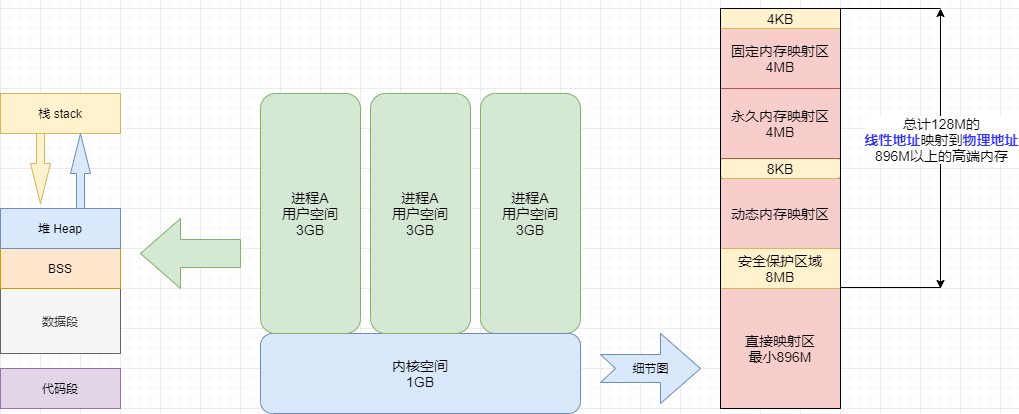
lemonchann/lemonchann.github.io keeps this draw.io diagram as _posts/linux/linux工具系列/02/内核空间用户空间全图.png. Above is the earlier version. Source tidied: cells renumbered, new cells last; positions are measured from the earlier drawing's top-left corner, leaving out a move shared by most shapes.
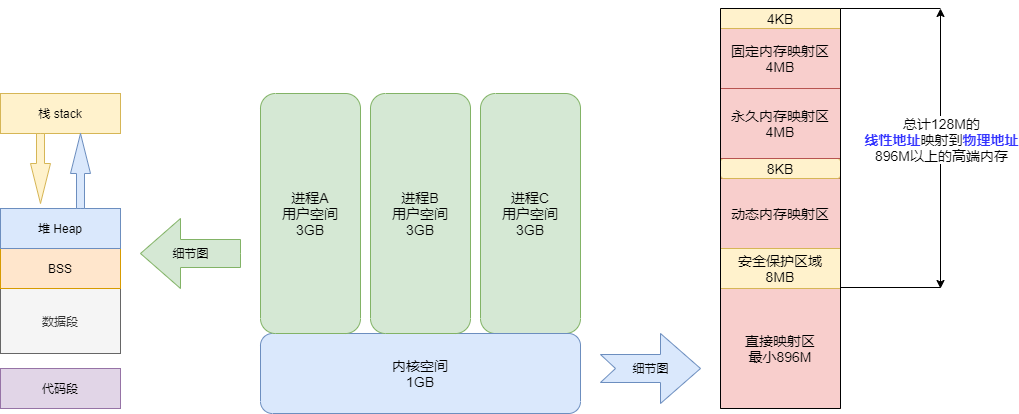
The same file after the commit.

The edit, as a diff of the source:
```diff
@@ -2,7 +2,7 @@
   <root>
     <mxCell id="0" />
     <mxCell id="1" parent="0" />
-    <mxCell id="2" value="&lt;font style=&quot;font-size: 14px&quot;&gt;进程A&lt;br&gt;用户空间&lt;br&gt;3GB&lt;br&gt;&lt;/font&gt;" style="rounded=1;whiteSpace=wrap;html=1;direction=south;fillColor=#d5e8d4;strokeColor=#82b366;" parent="1" vertex="1">
+    <mxCell id="2" value="&lt;font style=&quot;font-size: 14px&quot;&gt;进程C&lt;br&gt;用户空间&lt;br&gt;3GB&lt;br&gt;&lt;/font&gt;" style="rounded=1;whiteSpace=wrap;html=1;direction=south;fillColor=#d5e8d4;strokeColor=#82b366;" parent="1" vertex="1">
       <mxGeometry x="480" y="85" width="100" height="240" as="geometry" />
     </mxCell>
     <mxCell id="3" value="&lt;font style=&quot;font-size: 14px&quot;&gt;内核空间&lt;br&gt;1GB&lt;br&gt;&lt;/font&gt;" style="rounded=1;whiteSpace=wrap;html=1;direction=south;fillColor=#dae8fc;strokeColor=#6c8ebf;" parent="1" vertex="1">
@@ -61,7 +61,7 @@
         <mxPoint x="940" as="targetPoint" />
       </mxGeometry>
     </mxCell>
-    <mxCell id="18" value="&lt;font style=&quot;font-size: 14px&quot;&gt;进程A&lt;br&gt;用户空间&lt;br&gt;3GB&lt;br&gt;&lt;/font&gt;" style="rounded=1;whiteSpace=wrap;html=1;direction=south;fillColor=#d5e8d4;strokeColor=#82b366;" parent="1" vertex="1">
+    <mxCell id="18" value="&lt;font style=&quot;font-size: 14px&quot;&gt;进程B&lt;br&gt;用户空间&lt;br&gt;3GB&lt;br&gt;&lt;/font&gt;" style="rounded=1;whiteSpace=wrap;html=1;direction=south;fillColor=#d5e8d4;strokeColor=#82b366;" parent="1" vertex="1">
       <mxGeometry x="370" y="85" width="100" height="240" as="geometry" />
     </mxCell>
     <mxCell id="19" value="&lt;font style=&quot;font-size: 14px&quot;&gt;进程A&lt;br&gt;用户空间&lt;br&gt;3GB&lt;br&gt;&lt;/font&gt;" style="rounded=1;whiteSpace=wrap;html=1;direction=south;fillColor=#d5e8d4;strokeColor=#82b366;" parent="1" vertex="1">
@@ -88,7 +88,7 @@
     <mxCell id="26" style="html=1;shadow=0;dashed=0;align=center;verticalAlign=middle;shape=mxgraph.arrows2.arrow;dy=0.6;dx=40;direction=north;notch=0;rounded=0;glass=0;comic=0;fillColor=#dae8fc;strokeColor=#6c8ebf;" parent="1" vertex="1">
       <mxGeometry x="70" y="125" width="20" height="75" as="geometry" />
     </mxCell>
-    <mxCell id="27" style="html=1;shadow=0;dashed=0;align=center;verticalAlign=middle;shape=mxgraph.arrows2.arrow;dy=0.6;dx=40;flipH=1;notch=0;rounded=0;glass=0;comic=0;strokeColor=#82b366;fillColor=#d5e8d4;" parent="1" vertex="1">
+    <mxCell id="27" value="细节图" style="html=1;shadow=0;dashed=0;align=center;verticalAlign=middle;shape=mxgraph.arrows2.arrow;dy=0.6;dx=40;flipH=1;notch=0;rounded=0;glass=0;comic=0;strokeColor=#82b366;fillColor=#d5e8d4;" parent="1" vertex="1">
       <mxGeometry x="140" y="210" width="100" height="70" as="geometry" />
     </mxCell>
   </root>
```
